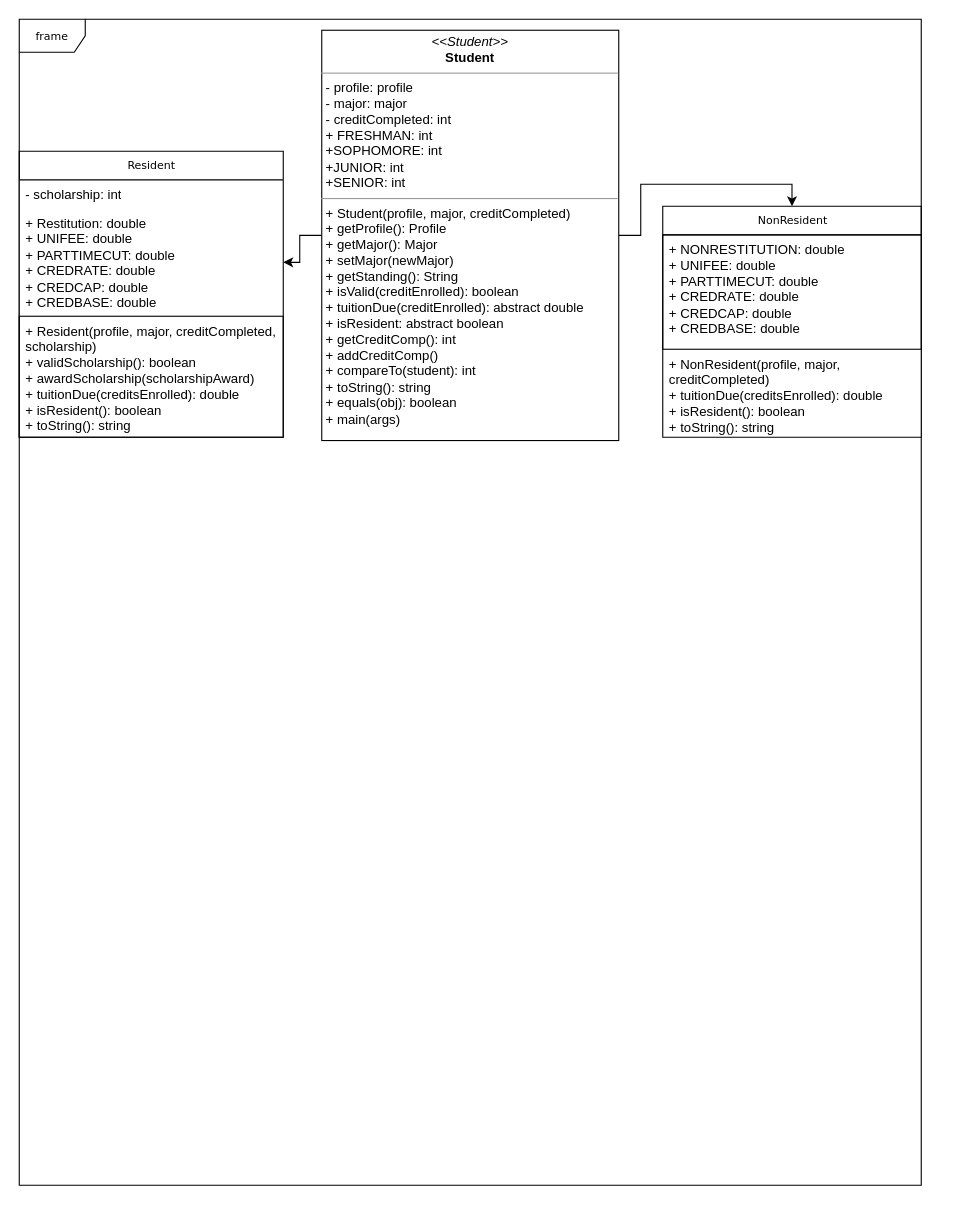
Jyun19/2023_0s_211 keeps this draw.io diagram as Untitled Diagram.drawio. Above is the earlier version. Source tidied: cells renumbered, new cells numbered last; positions are measured from the earlier drawing's top-left corner, leaving out a move shared by most shapes. Both pictures are drawn from the tidied source at 110%, with x=0, y=0 at pixel (19, 19).
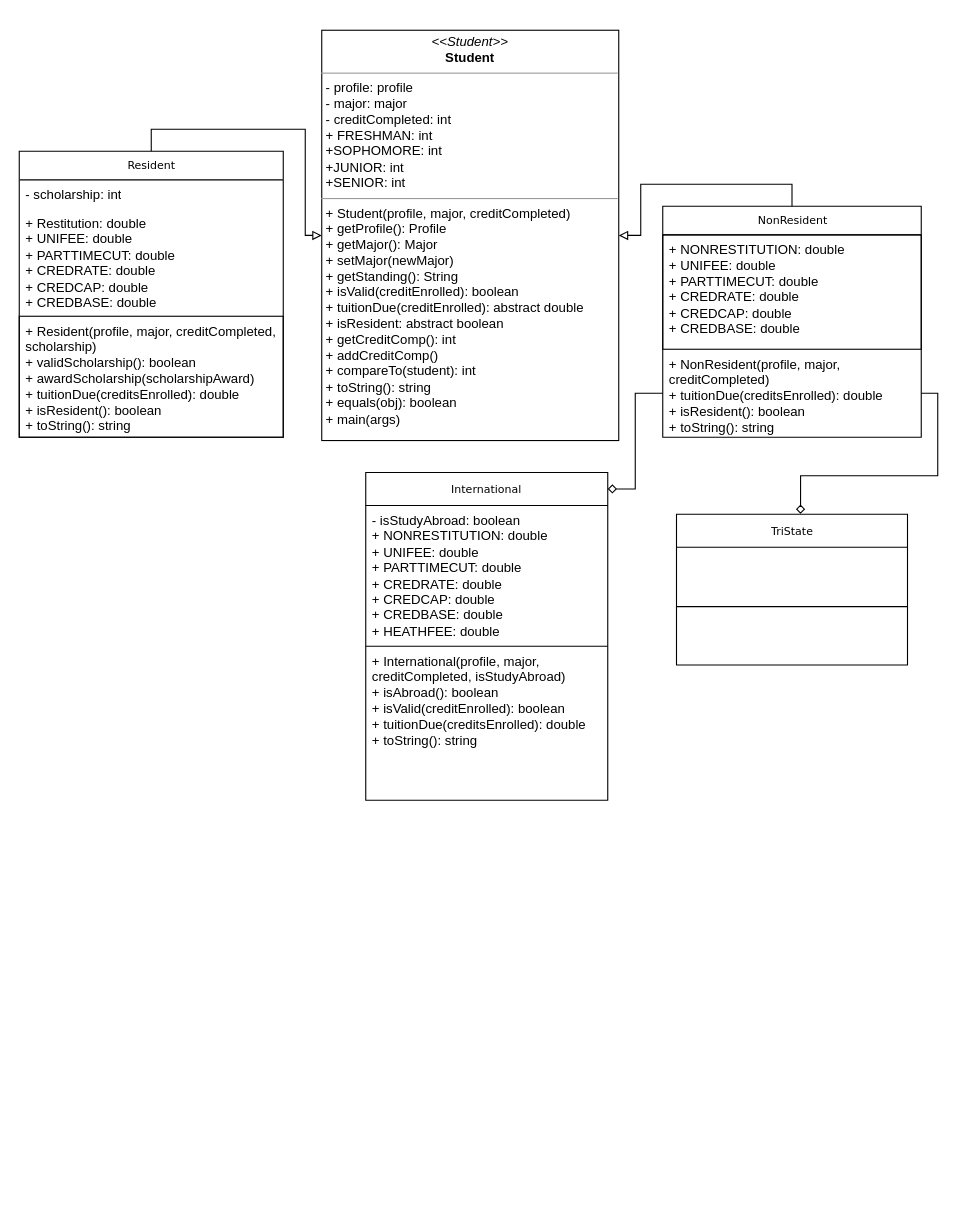
The same diagram, later.

The change refers to these unchanged cells:
```xml
<mxCell id="3" value="Resident" style="swimlane;html=1;fontStyle=0;horizontal=1;startSize=26;fillColor=none;swimlaneFillColor=#ffffff;rounded=0;shadow=0;comic=0;labelBackgroundColor=none;strokeWidth=1;fontFamily=Verdana;fontSize=10;align=center;" parent="1" vertex="1">
  <mxGeometry y="120" width="240" height="260" as="geometry" />
</mxCell>
<mxCell id="5" value="+ Restitution: double&lt;br&gt;+ UNIFEE: double&lt;br&gt;+ PARTTIMECUT: double&lt;br&gt;+ CREDRATE: double&lt;br&gt;+ CREDCAP: double&lt;br&gt;+ CREDBASE: double" style="text;html=1;strokeColor=none;fillColor=none;align=left;verticalAlign=top;spacingLeft=4;spacingRight=4;whiteSpace=wrap;overflow=hidden;points=[[0,0.5],[1,0.5]];portConstraint=eastwest;" parent="3" vertex="1">
  <mxGeometry y="52" width="240" height="98" as="geometry" />
</mxCell>
<mxCell id="7" value="NonResident" style="swimlane;html=1;fontStyle=0;horizontal=1;startSize=26;fillColor=none;swimlaneFillColor=#ffffff;rounded=0;shadow=0;comic=0;labelBackgroundColor=none;strokeWidth=1;fontFamily=Verdana;fontSize=10;align=center;" parent="1" vertex="1">
  <mxGeometry x="585" y="170" width="235" height="210" as="geometry" />
</mxCell>
<mxCell id="9" value="+ NonResident(profile, major, creditCompleted)&lt;br&gt;+ tuitionDue(creditsEnrolled): double&lt;br&gt;+ isResident(): boolean&lt;br&gt;+ toString(): string" style="text;html=1;strokeColor=none;fillColor=none;align=left;verticalAlign=top;spacingLeft=4;spacingRight=4;whiteSpace=wrap;overflow=hidden;points=[[0,0.5],[1,0.5]];portConstraint=eastwest;" parent="7" vertex="1">
  <mxGeometry y="130" width="235" height="80" as="geometry" />
</mxCell>
<mxCell id="12" value="&lt;p style=&quot;margin:0px;margin-top:4px;text-align:center;&quot;&gt;&lt;i&gt;&amp;lt;&amp;lt;Student&amp;gt;&amp;gt;&lt;/i&gt;&lt;br&gt;&lt;b&gt;Student&lt;/b&gt;&lt;/p&gt;&lt;hr size=&quot;1&quot;&gt;&lt;p style=&quot;margin:0px;margin-left:4px;&quot;&gt;- profile: profile&lt;br&gt;- major: major&lt;/p&gt;&lt;p style=&quot;margin:0px;margin-left:4px;&quot;&gt;- creditCompleted: int&lt;/p&gt;&lt;p style=&quot;margin:0px;margin-left:4px;&quot;&gt;+ FRESHMAN: int&lt;/p&gt;&lt;p style=&quot;margin:0px;margin-left:4px;&quot;&gt;+SOPHOMORE: int&lt;/p&gt;&lt;p style=&quot;margin:0px;margin-left:4px;&quot;&gt;+JUNIOR: int&lt;/p&gt;&lt;p style=&quot;margin:0px;margin-left:4px;&quot;&gt;+SENIOR: int&lt;/p&gt;&lt;hr size=&quot;1&quot;&gt;&lt;p style=&quot;margin:0px;margin-left:4px;&quot;&gt;+ Student(profile, major, creditCompleted)&lt;br&gt;+ getProfile(): Profile&lt;/p&gt;&lt;p style=&quot;margin:0px;margin-left:4px;&quot;&gt;+ getMajor(): Major&lt;/p&gt;&lt;p style=&quot;margin:0px;margin-left:4px;&quot;&gt;+ setMajor(newMajor)&lt;/p&gt;&lt;p style=&quot;margin:0px;margin-left:4px;&quot;&gt;+ getStanding(): String&lt;/p&gt;&lt;p style=&quot;margin:0px;margin-left:4px;&quot;&gt;+ isValid(creditEnrolled): boolean&lt;/p&gt;&lt;p style=&quot;margin:0px;margin-left:4px;&quot;&gt;+ tuitionDue(creditEnrolled): abstract double&lt;/p&gt;&lt;p style=&quot;margin:0px;margin-left:4px;&quot;&gt;+ isResident: abstract boolean&lt;/p&gt;&lt;p style=&quot;margin:0px;margin-left:4px;&quot;&gt;+ getCreditComp(): int&lt;/p&gt;&lt;p style=&quot;margin:0px;margin-left:4px;&quot;&gt;+ addCreditComp()&lt;/p&gt;&lt;p style=&quot;margin:0px;margin-left:4px;&quot;&gt;+ compareTo(student): int&lt;/p&gt;&lt;p style=&quot;margin:0px;margin-left:4px;&quot;&gt;+ toString(): string&lt;/p&gt;&lt;p style=&quot;margin:0px;margin-left:4px;&quot;&gt;+ equals(obj): boolean&lt;/p&gt;&lt;p style=&quot;margin:0px;margin-left:4px;&quot;&gt;+ main(args)&amp;nbsp;&lt;/p&gt;" style="verticalAlign=top;align=left;overflow=fill;fontSize=12;fontFamily=Helvetica;html=1;rounded=0;shadow=0;comic=0;labelBackgroundColor=none;strokeWidth=1;" parent="1" vertex="1">
  <mxGeometry x="275" y="10" width="270" height="373" as="geometry" />
</mxCell>
```

What changed in the source:
```diff
@@
-    <mxCell id="2" value="frame" style="shape=umlFrame;whiteSpace=wrap;html=1;rounded=0;shadow=0;comic=0;labelBackgroundColor=none;strokeWidth=1;fontFamily=Verdana;fontSize=10;align=center;" parent="1" vertex="1">
-      <mxGeometry width="820" height="1060" as="geometry" />
-    </mxCell>
+    <mxCell id="13" style="edgeStyle=orthogonalEdgeStyle;rounded=0;jettySize=auto;html=1;exitX=0.5;exitY=0;exitDx=0;exitDy=0;entryX=0;entryY=0.5;entryDx=0;entryDy=0;fontFamily=Verdana;fontSize=10;endArrow=block;endFill=0;" parent="1" edge="1" source="3" target="12">
+      <mxGeometry relative="1" as="geometry" />
+    </mxCell>
@@
+    <mxCell id="14" style="edgeStyle=orthogonalEdgeStyle;rounded=0;jettySize=auto;html=1;exitX=0.5;exitY=0;exitDx=0;exitDy=0;entryX=1;entryY=0.5;entryDx=0;entryDy=0;fontFamily=Verdana;fontSize=10;endArrow=block;endFill=0;" parent="1" edge="1" source="7" target="12">
+      <mxGeometry relative="1" as="geometry" />
+    </mxCell>
@@
-    <mxCell id="10" style="edgeStyle=orthogonalEdgeStyle;rounded=0;jettySize=auto;html=1;exitX=0;exitY=0.5;exitDx=0;exitDy=0;entryX=1;entryY=0.5;entryDx=0;entryDy=0;" parent="1" edge="1" source="12" target="5">
-      <mxGeometry relative="1" as="geometry" />
-    </mxCell>
-    <mxCell id="11" style="edgeStyle=orthogonalEdgeStyle;rounded=0;jettySize=auto;html=1;entryX=0.5;entryY=0;entryDx=0;entryDy=0;" parent="1" edge="1" source="12" target="7">
-      <mxGeometry relative="1" as="geometry" />
-    </mxCell>
@@
+    <mxCell id="15" style="shape=table;startSize=0;childLayout=tableLayout;strokeColor=default;verticalAlign=top;align=left;spacingLeft=4;spacingRight=4;" parent="1" vertex="1">
+      <mxGeometry x="315" y="412" width="220" height="298" as="geometry" />
+    </mxCell>
+    <mxCell id="16" style="shape=tableRow;horizontal=0;startSize=0;swimlaneHead=0;swimlaneBody=0;strokeColor=inherit;top=0;left=0;bottom=0;right=0;fillColor=none;points=[[0,0.5],[1,0.5]];portConstraint=eastwest;" parent="15" vertex="1">
+      <mxGeometry width="220" height="30" as="geometry" />
+    </mxCell>
+    <mxCell id="17" value="&lt;font style=&quot;font-size: 10px;&quot; face=&quot;Verdana&quot;&gt;International&lt;/font&gt;" style="shape=partialRectangle;html=1;whiteSpace=wrap;strokeColor=inherit;overflow=hidden;fillColor=none;top=0;left=0;bottom=0;right=0;" parent="16" vertex="1">
+      <mxGeometry width="220" height="30" as="geometry" />
+    </mxCell>
+    <mxCell id="18" style="shape=tableRow;horizontal=0;startSize=0;swimlaneHead=0;swimlaneBody=0;strokeColor=inherit;top=0;left=0;bottom=0;right=0;fillColor=none;" parent="15" vertex="1">
+      <mxGeometry y="30" width="220" height="128" as="geometry" />
+    </mxCell>
+    <mxCell id="19" value="- isStudyAbroad: boolean&lt;br&gt;+ NONRESTITUTION: double&lt;br style=&quot;border-color: var(--border-color);&quot;&gt;+ UNIFEE: double&lt;br style=&quot;border-color: var(--border-color);&quot;&gt;+ PARTTIMECUT: double&lt;br style=&quot;border-color: var(--border-color);&quot;&gt;+ CREDRATE: double&lt;br style=&quot;border-color: var(--border-color);&quot;&gt;+ CREDCAP: double&lt;br style=&quot;border-color: var(--border-color);&quot;&gt;+ CREDBASE: double&lt;br&gt;+ HEATHFEE: double" style="shape=partialRectangle;html=1;whiteSpace=wrap;strokeColor=inherit;overflow=hidden;fillColor=none;top=0;left=0;bottom=0;right=0;verticalAlign=top;align=left;spacingLeft=4;spacingRight=4;" parent="18" vertex="1">
+      <mxGeometry width="220" height="128" as="geometry" />
+    </mxCell>
+    <mxCell id="20" style="shape=tableRow;horizontal=0;startSize=0;swimlaneHead=0;swimlaneBody=0;strokeColor=inherit;top=0;left=0;bottom=0;right=0;fillColor=none;" parent="15" vertex="1">
+      <mxGeometry y="158" width="220" height="140" as="geometry" />
+    </mxCell>
+    <mxCell id="21" value="+ International(profile, major, creditCompleted, isStudyAbroad)&lt;br&gt;+ isAbroad(): boolean&lt;br&gt;+ isValid(creditEnrolled): boolean&lt;br&gt;+ tuitionDue(creditsEnrolled): double&lt;br&gt;+ toString(): string" style="shape=partialRectangle;html=1;whiteSpace=wrap;strokeColor=inherit;overflow=hidden;fillColor=none;top=0;left=0;bottom=0;right=0;align=left;verticalAlign=top;spacingLeft=4;spacingRight=4;" parent="20" vertex="1">
+      <mxGeometry width="220" height="140" as="geometry" />
+    </mxCell>
+    <mxCell id="22" style="edgeStyle=orthogonalEdgeStyle;rounded=0;jettySize=auto;html=1;exitX=0;exitY=0.5;exitDx=0;exitDy=0;entryX=1;entryY=0.5;entryDx=0;entryDy=0;fontFamily=Verdana;fontSize=10;endArrow=diamond;endFill=0;" parent="1" edge="1" source="9" target="16">
+      <mxGeometry relative="1" as="geometry" />
+    </mxCell>
+    <mxCell id="23" style="shape=table;startSize=0;childLayout=tableLayout;strokeColor=default;fontFamily=Verdana;fontSize=10;" parent="1" vertex="1">
+      <mxGeometry x="597.5" y="450" width="210" height="137" as="geometry" />
+    </mxCell>
+    <mxCell id="24" style="shape=tableRow;horizontal=0;startSize=0;swimlaneHead=0;swimlaneBody=0;strokeColor=inherit;top=0;left=0;bottom=0;right=0;fillColor=none;points=[[0,0.5],[1,0.5]];portConstraint=eastwest;fontFamily=Verdana;fontSize=10;" parent="23" vertex="1">
+      <mxGeometry width="210" height="30" as="geometry" />
+    </mxCell>
+    <mxCell id="25" value="TriState" style="shape=partialRectangle;html=1;whiteSpace=wrap;strokeColor=inherit;overflow=hidden;fillColor=none;top=0;left=0;bottom=0;right=0;fontFamily=Verdana;fontSize=10;" parent="24" vertex="1">
+      <mxGeometry width="210" height="30" as="geometry" />
+    </mxCell>
+    <mxCell id="26" style="shape=tableRow;horizontal=0;startSize=0;swimlaneHead=0;swimlaneBody=0;strokeColor=inherit;top=0;left=0;bottom=0;right=0;fillColor=none;fontFamily=Verdana;fontSize=10;" parent="23" vertex="1">
+      <mxGeometry y="30" width="210" height="54" as="geometry" />
+    </mxCell>
+    <mxCell id="27" style="shape=partialRectangle;html=1;whiteSpace=wrap;strokeColor=inherit;overflow=hidden;fillColor=none;top=0;left=0;bottom=0;right=0;fontFamily=Verdana;fontSize=10;" parent="26" vertex="1">
+      <mxGeometry width="210" height="54" as="geometry" />
+    </mxCell>
+    <mxCell id="28" style="shape=tableRow;horizontal=0;startSize=0;swimlaneHead=0;swimlaneBody=0;strokeColor=inherit;top=0;left=0;bottom=0;right=0;fillColor=none;fontFamily=Verdana;fontSize=10;" parent="23" vertex="1">
+      <mxGeometry y="84" width="210" height="53" as="geometry" />
+    </mxCell>
+    <mxCell id="29" style="shape=partialRectangle;html=1;whiteSpace=wrap;strokeColor=inherit;overflow=hidden;fillColor=none;top=0;left=0;bottom=0;right=0;fontFamily=Verdana;fontSize=10;" parent="28" vertex="1">
+      <mxGeometry width="210" height="53" as="geometry" />
+    </mxCell>
+    <mxCell id="30" style="edgeStyle=orthogonalEdgeStyle;rounded=0;jettySize=auto;html=1;exitX=1;exitY=0.5;exitDx=0;exitDy=0;entryX=0.537;entryY=-0.013;entryDx=0;entryDy=0;entryPerimeter=0;fontFamily=Verdana;fontSize=10;endArrow=diamond;endFill=0;" parent="1" edge="1" source="9" target="24">
+      <mxGeometry relative="1" as="geometry">
+        <Array as="points">
+          <mxPoint x="835" y="340" />
+          <mxPoint x="835" y="415" />
+          <mxPoint x="710" y="415" />
+        </Array>
+      </mxGeometry>
+    </mxCell>
```
